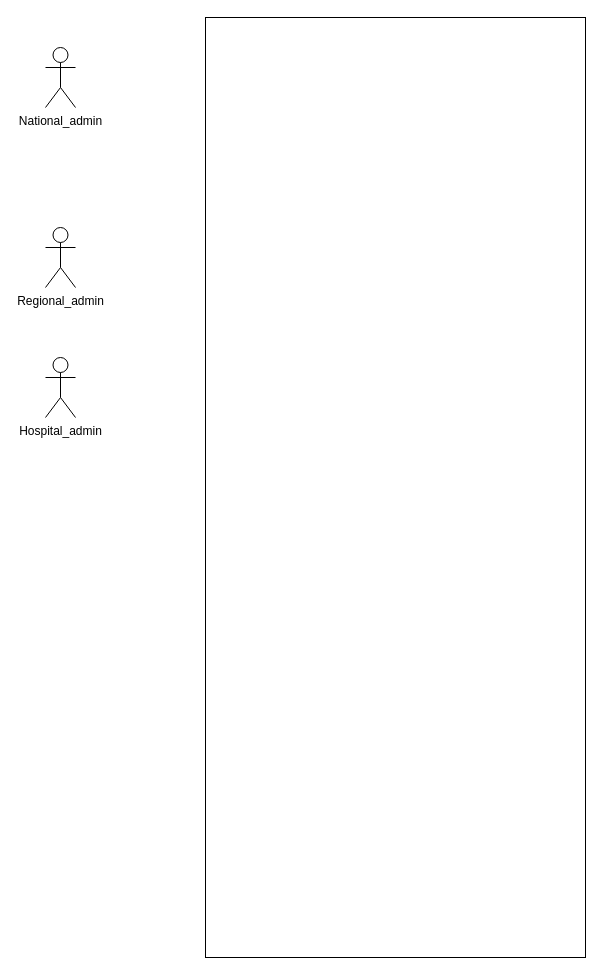
Before: page "Use case" (3 of 3) of diagrams/diagrams.drawio in juanvictorqwerty/MedicalPortal, a draw.io diagram. Source tidied: cells renumbered, new cells numbered last; positions are measured from the earlier drawing's top-left corner, leaving out a move shared by most shapes. Both pictures are drawn from the tidied source at 100%, with x=0, y=0 at pixel (45, 17).
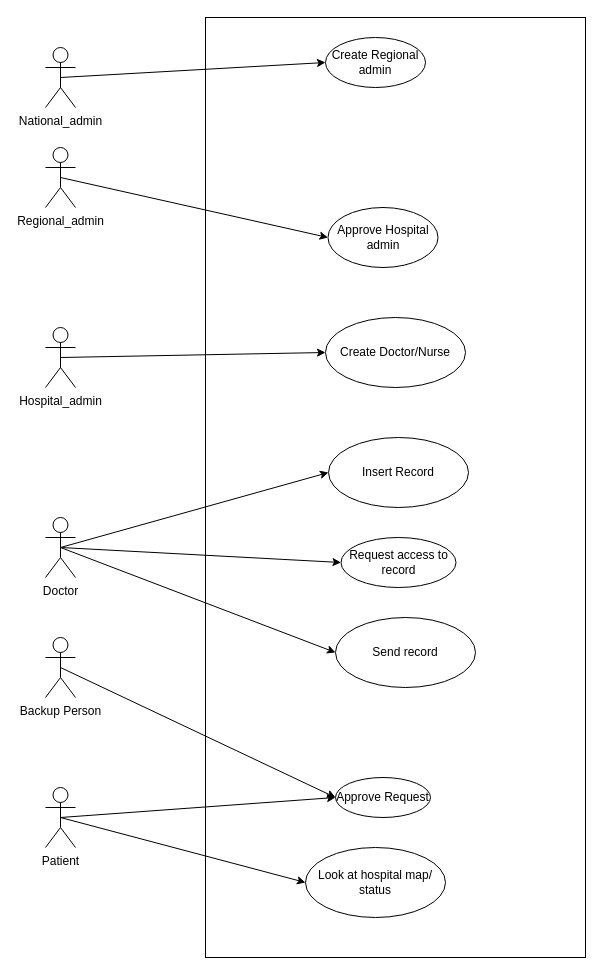
The same diagram, later.

Unchanged cells that the change refers to:
```xml
<mxCell id="3" value="National_admin" style="shape=umlActor;verticalLabelPosition=bottom;verticalAlign=top;html=1;" parent="1" vertex="1">
  <mxGeometry y="30" width="30" height="60" as="geometry" />
</mxCell>
```

Change to the diagram source:
```diff
@@
+    <mxCell id="6" style="edgeStyle=none;html=1;exitX=0.5;exitY=0.5;exitDx=0;exitDy=0;exitPerimeter=0;entryX=0;entryY=0.5;entryDx=0;entryDy=0;" parent="1" edge="1" source="3" target="18">
+      <mxGeometry relative="1" as="geometry" />
+    </mxCell>
@@
+    <mxCell id="7" style="edgeStyle=none;html=1;exitX=0.5;exitY=0.5;exitDx=0;exitDy=0;exitPerimeter=0;entryX=0;entryY=0.5;entryDx=0;entryDy=0;" parent="1" edge="1" source="4" target="19">
+      <mxGeometry relative="1" as="geometry" />
+    </mxCell>
     <mxCell id="4" value="Regional_admin" style="shape=umlActor;verticalLabelPosition=bottom;verticalAlign=top;html=1;" parent="1" vertex="1">
-      <mxGeometry y="210" width="30" height="60" as="geometry" />
+      <mxGeometry y="130" width="30" height="60" as="geometry" />
     </mxCell>
+    <mxCell id="8" style="edgeStyle=none;html=1;exitX=0.5;exitY=0.5;exitDx=0;exitDy=0;exitPerimeter=0;entryX=0;entryY=0.5;entryDx=0;entryDy=0;" parent="1" edge="1" source="5" target="23">
+      <mxGeometry relative="1" as="geometry" />
+    </mxCell>
     <mxCell id="5" value="Hospital_admin" style="shape=umlActor;verticalLabelPosition=bottom;verticalAlign=top;html=1;" parent="1" vertex="1">
-      <mxGeometry y="340" width="30" height="60" as="geometry" />
+      <mxGeometry y="310" width="30" height="60" as="geometry" />
     </mxCell>
+    <mxCell id="9" style="edgeStyle=none;html=1;exitX=0.5;exitY=0.5;exitDx=0;exitDy=0;exitPerimeter=0;entryX=0;entryY=0.5;entryDx=0;entryDy=0;" parent="1" edge="1" source="12" target="22">
+      <mxGeometry relative="1" as="geometry" />
+    </mxCell>
+    <mxCell id="10" style="edgeStyle=none;html=1;exitX=0.5;exitY=0.5;exitDx=0;exitDy=0;exitPerimeter=0;entryX=0;entryY=0.5;entryDx=0;entryDy=0;" parent="1" edge="1" source="12" target="20">
+      <mxGeometry relative="1" as="geometry" />
+    </mxCell>
+    <mxCell id="11" style="edgeStyle=none;html=1;exitX=0.5;exitY=0.5;exitDx=0;exitDy=0;exitPerimeter=0;entryX=0;entryY=0.5;entryDx=0;entryDy=0;" parent="1" edge="1" source="12" target="24">
+      <mxGeometry relative="1" as="geometry" />
+    </mxCell>
+    <mxCell id="12" value="Doctor" style="shape=umlActor;verticalLabelPosition=bottom;verticalAlign=top;html=1;" parent="1" vertex="1">
+      <mxGeometry y="500" width="30" height="60" as="geometry" />
+    </mxCell>
+    <mxCell id="13" style="edgeStyle=none;html=1;exitX=0.5;exitY=0.5;exitDx=0;exitDy=0;exitPerimeter=0;entryX=0;entryY=0.5;entryDx=0;entryDy=0;" parent="1" edge="1" source="14" target="21">
+      <mxGeometry relative="1" as="geometry" />
+    </mxCell>
+    <mxCell id="14" value="Backup Person" style="shape=umlActor;verticalLabelPosition=bottom;verticalAlign=top;html=1;" parent="1" vertex="1">
+      <mxGeometry y="620" width="30" height="60" as="geometry" />
+    </mxCell>
+    <mxCell id="15" style="edgeStyle=none;html=1;exitX=0.5;exitY=0.5;exitDx=0;exitDy=0;exitPerimeter=0;" parent="1" edge="1" source="17">
+      <mxGeometry relative="1" as="geometry">
+        <mxPoint x="290" y="780" as="targetPoint" />
+      </mxGeometry>
+    </mxCell>
+    <mxCell id="16" style="edgeStyle=none;html=1;exitX=0.5;exitY=0.5;exitDx=0;exitDy=0;exitPerimeter=0;entryX=0;entryY=0.5;entryDx=0;entryDy=0;" parent="1" edge="1" source="17" target="25">
+      <mxGeometry relative="1" as="geometry" />
+    </mxCell>
+    <mxCell id="17" value="Patient" style="shape=umlActor;verticalLabelPosition=bottom;verticalAlign=top;html=1;" parent="1" vertex="1">
+      <mxGeometry y="770" width="30" height="60" as="geometry" />
+    </mxCell>
+    <mxCell id="18" value="Create Regional admin" style="ellipse;whiteSpace=wrap;html=1;" parent="1" vertex="1">
+      <mxGeometry x="280" y="20" width="100" height="50" as="geometry" />
+    </mxCell>
+    <mxCell id="19" value="Approve Hospital admin" style="ellipse;whiteSpace=wrap;html=1;" parent="1" vertex="1">
+      <mxGeometry x="282.5" y="190" width="110" height="60" as="geometry" />
+    </mxCell>
+    <mxCell id="20" value="Request access to record" style="ellipse;whiteSpace=wrap;html=1;" parent="1" vertex="1">
+      <mxGeometry x="295.5" y="520" width="115" height="50" as="geometry" />
+    </mxCell>
+    <mxCell id="21" value="Approve Request" style="ellipse;whiteSpace=wrap;html=1;rounded=1;" parent="1" vertex="1">
+      <mxGeometry x="290" y="760" width="95" height="40" as="geometry" />
+    </mxCell>
+    <mxCell id="22" value="Insert Record" style="ellipse;whiteSpace=wrap;html=1;rounded=1;" parent="1" vertex="1">
+      <mxGeometry x="283" y="420" width="140" height="70" as="geometry" />
+    </mxCell>
+    <mxCell id="23" value="Create Doctor/Nurse" style="ellipse;whiteSpace=wrap;html=1;rounded=1;" parent="1" vertex="1">
+      <mxGeometry x="280" y="300" width="140" height="70" as="geometry" />
+    </mxCell>
+    <mxCell id="24" value="Send record" style="ellipse;whiteSpace=wrap;html=1;rounded=1;" parent="1" vertex="1">
+      <mxGeometry x="290" y="600" width="140" height="70" as="geometry" />
+    </mxCell>
+    <mxCell id="25" value="Look at hospital map/ status" style="ellipse;whiteSpace=wrap;html=1;rounded=1;" parent="1" vertex="1">
+      <mxGeometry x="260" y="830" width="140" height="70" as="geometry" />
+    </mxCell>
```
